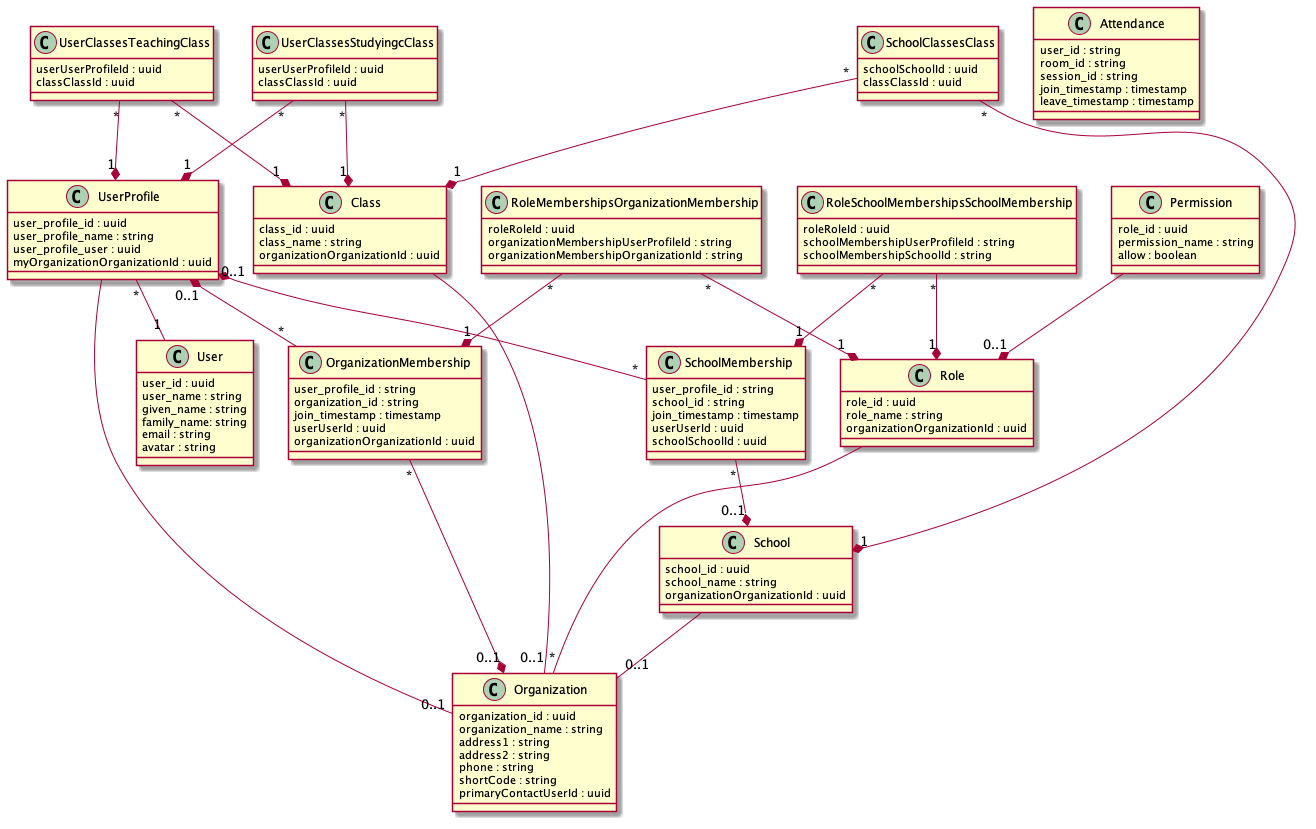
The PlantUML diagram documents/dbschema.png in Klasmart-Engineering/user-service, before a commit.
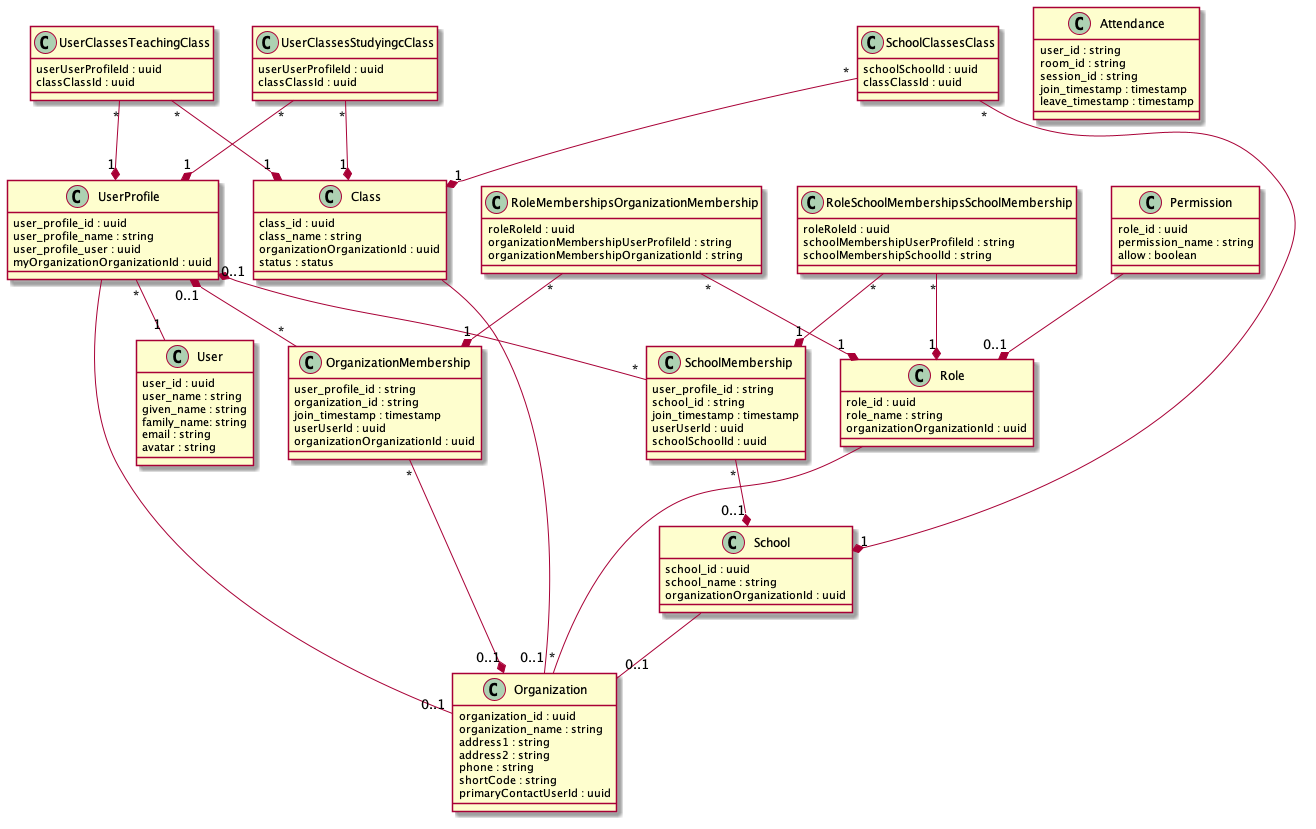
Above is the later version.

What changed in the source:
```diff
@@ -19,6 +19,7 @@
   class_id : uuid
   class_name : string
   organizationOrganizationId : uuid
+  status : status
 }
 
 class Organization {
```
